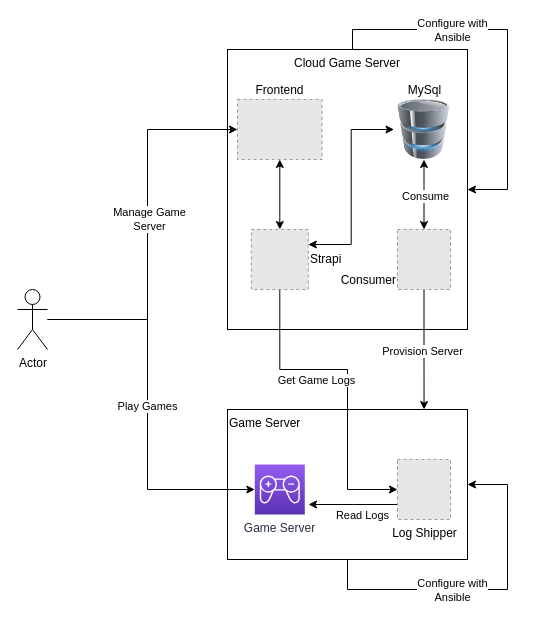
Earlier version of the draw.io diagram documents/general_setup.drawio (dhenkel92/cloud-gameserver). Source tidied: cells renumbered, new cells numbered last; positions are measured from the earlier drawing's top-left corner, leaving out a move shared by most shapes. Both pictures are drawn from the tidied source at 100%, with x=0, y=0 at pixel (17, 29). Pictures stored in the file or linked from it are replaced by grey dashed boxes.
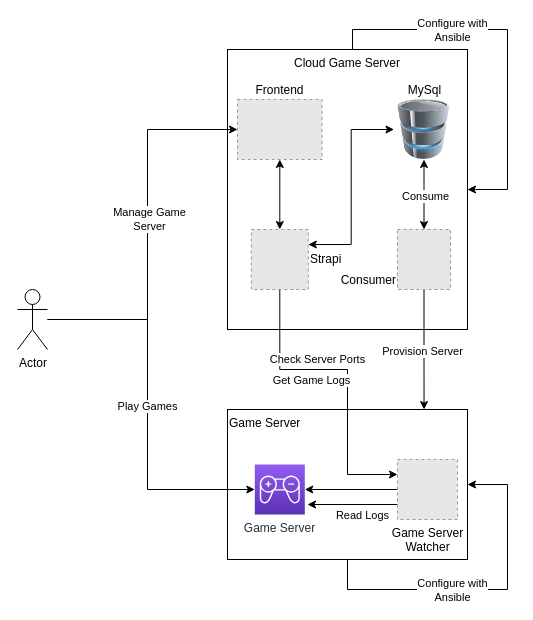
The same page after the edit.

Unchanged cells that the change refers to:
```xml
<mxCell id="9" value="Strapi" style="fillColor=#E6E6E6;strokeColor=#999999;dashed=1;html=1;verticalLabelPosition=middle;verticalAlign=middle;labelPosition=right;align=left;" parent="1" vertex="1">
  <mxGeometry x="233.8" y="200" width="57" height="60" as="geometry" />
</mxCell>
<mxCell id="25" value="Game Server" style="outlineConnect=0;fontColor=#232F3E;gradientColor=#945DF2;gradientDirection=north;fillColor=#5A30B5;strokeColor=#ffffff;dashed=0;verticalLabelPosition=bottom;verticalAlign=top;align=center;html=1;fontSize=12;fontStyle=0;shape=mxgraph.aws4.resourceIcon;resIcon=mxgraph.aws4.game_tech2;" parent="1" vertex="1">
  <mxGeometry x="237.3" y="435" width="50" height="50" as="geometry" />
</mxCell>
```

Change to the diagram source:
```diff
@@
-    <mxCell id="6" style="edgeStyle=orthogonalEdgeStyle;rounded=0;jettySize=auto;html=1;entryX=0;entryY=0.5;entryDx=0;entryDy=0;" parent="1" edge="1" source="9" target="22">
-      <mxGeometry relative="1" as="geometry">
+    <mxCell id="6" value="Check Server Ports" style="edgeStyle=orthogonalEdgeStyle;rounded=0;jettySize=auto;html=1;entryX=0;entryY=0.25;entryDx=0;entryDy=0;" parent="1" edge="1" source="9" target="22">
+      <mxGeometry x="-0.22" y="10" relative="1" as="geometry">
         <Array as="points">
           <mxPoint x="262" y="340" />
           <mxPoint x="330" y="340" />
-          <mxPoint x="330" y="460" />
+          <mxPoint x="330" y="445" />
         </Array>
       </mxGeometry>
     </mxCell>
@@
-    <mxCell id="20" style="edgeStyle=orthogonalEdgeStyle;rounded=0;jettySize=auto;html=1;exitX=0;exitY=0.75;exitDx=0;exitDy=0;" parent="1" edge="1" source="22">
-      <mxGeometry relative="1" as="geometry">
-        <mxPoint x="291" y="475" as="targetPoint" />
-      </mxGeometry>
+    <mxCell id="20" style="edgeStyle=orthogonalEdgeStyle;rounded=0;jettySize=auto;html=1;exitX=0;exitY=0.75;exitDx=0;exitDy=0;entryX=1.054;entryY=0.8;entryDx=0;entryDy=0;entryPerimeter=0;" parent="1" edge="1" source="22" target="25">
+      <mxGeometry relative="1" as="geometry" />
     </mxCell>
@@
+    <mxCell id="29" style="edgeStyle=orthogonalEdgeStyle;rounded=0;jettySize=auto;html=1;" parent="1" edge="1" source="22" target="25">
+      <mxGeometry relative="1" as="geometry" />
+    </mxCell>
-    <mxCell id="22" value="Log Shipper" style="fillColor=#E6E6E6;strokeColor=#999999;dashed=1;html=1;verticalLabelPosition=bottom;verticalAlign=top;" parent="1" vertex="1">
-      <mxGeometry x="380" y="430" width="53" height="60" as="geometry" />
+    <mxCell id="22" value="Game Server&lt;br&gt;Watcher" style="fillColor=#E6E6E6;strokeColor=#999999;dashed=1;html=1;verticalLabelPosition=bottom;verticalAlign=top;" parent="1" vertex="1">
+      <mxGeometry x="380" y="430" width="60" height="60" as="geometry" />
     </mxCell>
```
